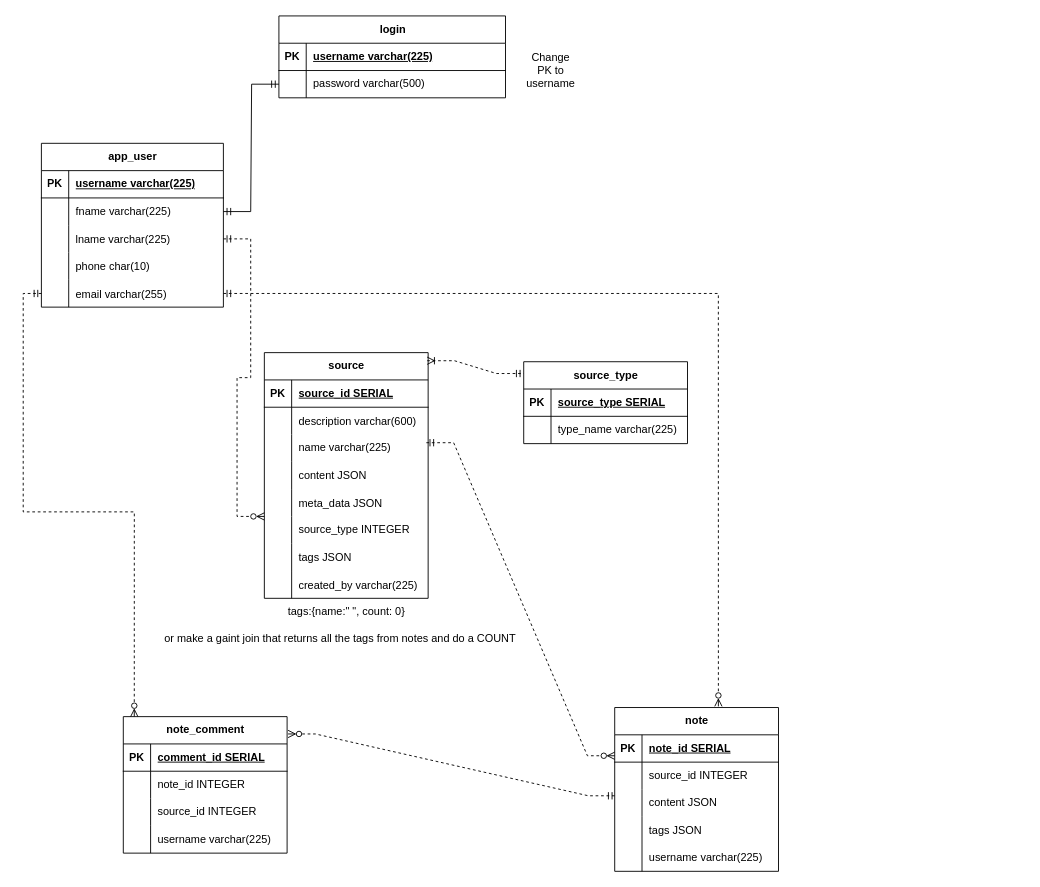
This is documentation/db_ER_diagram/CapstoneDB.drawio from Cwill124/Group3Spring2024Capstone, a draw.io file, before an edit. Source tidied: cells renumbered, new cells numbered last; positions are measured from the earlier drawing's top-left corner, leaving out a move shared by most shapes. Both pictures are drawn from the tidied source at 91%, with x=0, y=0 at pixel (41, 15).
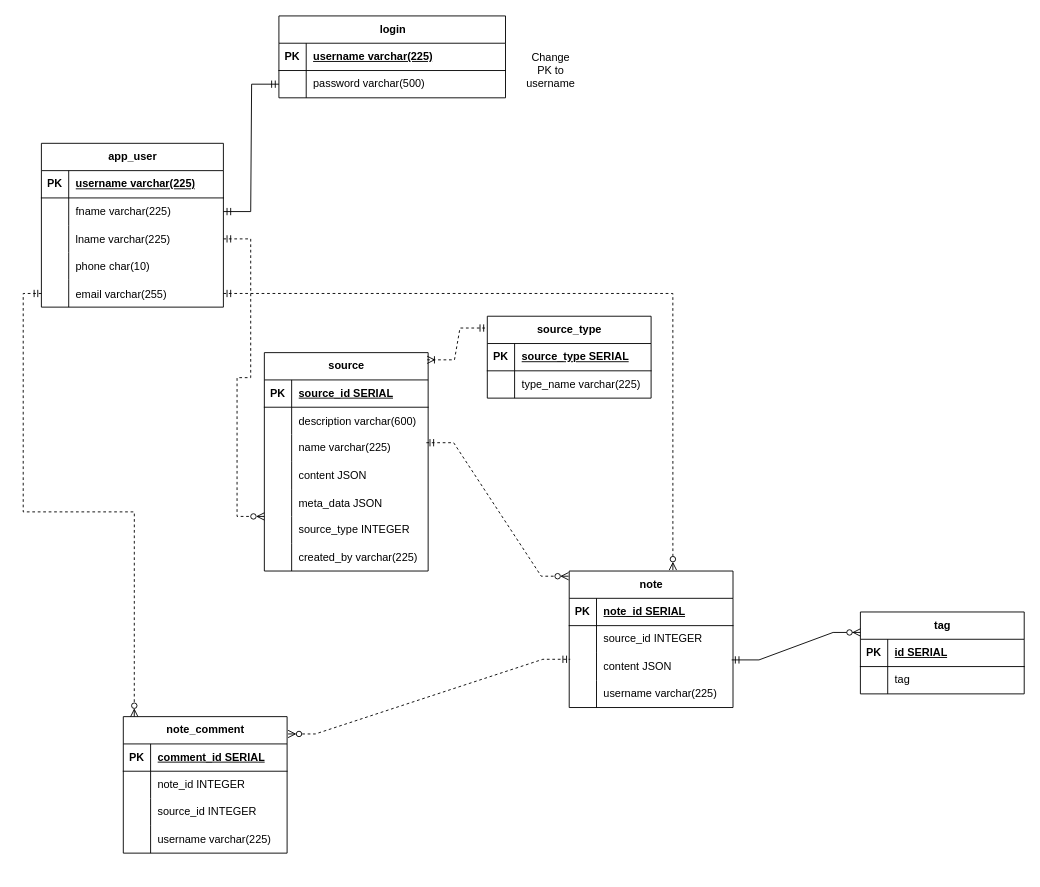
The same page after the edit.

Commit message (it also covers changes not shown here):
updated the ERD diagram

Unchanged cells that the change refers to:
```xml
<mxCell id="32" style="shape=tableRow;horizontal=0;startSize=0;swimlaneHead=0;swimlaneBody=0;fillColor=none;points=[[0,0.5],[1,0.5]];portConstraint=eastwest;top=0;left=0;right=0;bottom=0;" parent="25" vertex="1">
  <mxGeometry y="90" width="180" height="30" as="geometry" />
</mxCell>
<mxCell id="64" style="shape=tableRow;horizontal=0;startSize=0;swimlaneHead=0;swimlaneBody=0;fillColor=none;points=[[0,0.5],[1,0.5]];portConstraint=eastwest;top=0;left=0;right=0;bottom=0;" parent="57" vertex="1">
  <mxGeometry y="90" width="180" height="30" as="geometry" />
</mxCell>
```

Diff of the diagram source:
```diff
@@
     <mxCell id="25" value="source" style="shape=table;startSize=30;childLayout=tableLayout;rowLines=0;fontStyle=1;align=center;html=1;" parent="1" vertex="1">
-      <mxGeometry x="245" y="370" width="180" height="270" as="geometry" />
+      <mxGeometry x="245" y="370" width="180" height="240" as="geometry" />
     </mxCell>
@@
-    <mxCell id="44" style="shape=tableRow;horizontal=0;startSize=0;swimlaneHead=0;swimlaneBody=0;fillColor=none;top=0;left=0;right=0;bottom=0;" parent="25" vertex="1">
-      <mxGeometry y="210" width="180" height="30" as="geometry" />
-    </mxCell>
-    <mxCell id="45" style="shape=partialRectangle;fillColor=none;top=0;left=0;bottom=0;right=0;overflow=hidden;" parent="44" vertex="1">
-      <mxGeometry width="30" height="30" as="geometry" />
-    </mxCell>
-    <mxCell id="46" value="tags JSON" style="shape=partialRectangle;fillColor=none;top=0;left=0;bottom=0;right=0;align=left;spacingLeft=6;overflow=hidden;" parent="44" vertex="1">
-      <mxGeometry x="30" width="150" height="30" as="geometry" />
-    </mxCell>
     <mxCell id="47" style="shape=tableRow;horizontal=0;startSize=0;swimlaneHead=0;swimlaneBody=0;fillColor=none;top=0;left=0;right=0;bottom=0;" parent="25" vertex="1">
-      <mxGeometry y="240" width="180" height="30" as="geometry" />
+      <mxGeometry y="210" width="180" height="30" as="geometry" />
     </mxCell>
@@
     <mxCell id="50" value="source_type" style="shape=table;startSize=30;childLayout=tableLayout;rowLines=0;fontStyle=1;align=center;html=1;" parent="1" vertex="1">
-      <mxGeometry x="530" y="380" width="180" height="90" as="geometry" />
+      <mxGeometry x="490" y="330" width="180" height="90" as="geometry" />
     </mxCell>
@@
     <mxCell id="57" value="note" style="shape=table;startSize=30;childLayout=tableLayout;rowLines=0;fontStyle=1;align=center;html=1;" parent="1" vertex="1">
-      <mxGeometry x="630" y="760" width="180" height="180" as="geometry" />
+      <mxGeometry x="580" y="610" width="180" height="150" as="geometry" />
     </mxCell>
@@
-    <mxCell id="67" style="shape=tableRow;horizontal=0;startSize=0;swimlaneHead=0;swimlaneBody=0;fillColor=none;top=0;left=0;right=0;bottom=0;" parent="57" vertex="1">
-      <mxGeometry y="120" width="180" height="30" as="geometry" />
-    </mxCell>
-    <mxCell id="68" style="shape=partialRectangle;fillColor=none;top=0;left=0;bottom=0;right=0;overflow=hidden;" parent="67" vertex="1">
-      <mxGeometry width="30" height="30" as="geometry" />
-    </mxCell>
-    <mxCell id="69" value="tags JSON" style="shape=partialRectangle;fillColor=none;top=0;left=0;bottom=0;right=0;align=left;spacingLeft=6;overflow=hidden;" parent="67" vertex="1">
-      <mxGeometry x="30" width="150" height="30" as="geometry" />
-    </mxCell>
     <mxCell id="70" style="shape=tableRow;horizontal=0;startSize=0;swimlaneHead=0;swimlaneBody=0;fillColor=none;top=0;left=0;right=0;bottom=0;" parent="57" vertex="1">
-      <mxGeometry y="150" width="180" height="30" as="geometry" />
+      <mxGeometry y="120" width="180" height="30" as="geometry" />
     </mxCell>
@@
-    <mxCell id="87" style="edgeStyle=entityRelationEdgeStyle;fontSize=12;html=1;endArrow=ERzeroToMany;rounded=0;exitX=0.989;exitY=0.3;exitDx=0;exitDy=0;exitPerimeter=0;entryX=-0.028;entryY=0.047;entryDx=0;entryDy=0;entryPerimeter=0;dashed=1;endFill=0;startArrow=ERmandOne;startFill=0;" parent="1" edge="1" source="32">
+    <mxCell id="87" style="edgeStyle=entityRelationEdgeStyle;fontSize=12;html=1;endArrow=ERzeroToMany;rounded=0;exitX=0.989;exitY=0.3;exitDx=0;exitDy=0;exitPerimeter=0;dashed=1;endFill=0;startArrow=ERmandOne;startFill=0;entryX=-0.004;entryY=0.038;entryDx=0;entryDy=0;entryPerimeter=0;" parent="1" edge="1" source="32" target="57">
       <mxGeometry relative="1" as="geometry">
-        <mxPoint x="630" y="813" as="targetPoint" />
         <Array as="points">
           <mxPoint x="545" y="695.9" />
           <mxPoint x="775" y="555.9" />
         </Array>
       </mxGeometry>
     </mxCell>
@@
-    <mxCell id="94" value="tags:{name:&quot; &quot;, count: 0}" style="text;html=1;align=center;verticalAlign=middle;strokeColor=none;fillColor=none;" parent="1" vertex="1">
-      <mxGeometry x="260" y="640" width="150" height="30" as="geometry" />
-    </mxCell>
-    <mxCell id="95" value="or make a gaint join that returns all the tags from notes and do a COUNT&lt;span style=&quot;white-space: pre;&quot;&gt;&#9;&lt;/span&gt;" style="text;html=1;align=center;verticalAlign=middle;strokeColor=none;fillColor=none;" parent="1" vertex="1">
-      <mxGeometry x="125" y="670" width="420" height="30" as="geometry" />
-    </mxCell>
+    <mxCell id="96" value="tag" style="shape=table;startSize=30;childLayout=tableLayout;rowLines=0;fontStyle=1;align=center;html=1;" parent="1" vertex="1">
+      <mxGeometry x="900" y="655" width="180" height="90" as="geometry" />
+    </mxCell>
+    <mxCell id="97" style="shape=tableRow;horizontal=0;startSize=0;swimlaneHead=0;swimlaneBody=0;fillColor=none;top=0;left=0;right=0;bottom=1;" parent="96" vertex="1">
+      <mxGeometry y="30" width="180" height="30" as="geometry" />
+    </mxCell>
+    <mxCell id="98" value="PK" style="shape=partialRectangle;fillColor=none;top=0;left=0;bottom=0;right=0;fontStyle=1;overflow=hidden;whiteSpace=wrap;html=1;" parent="97" vertex="1">
+      <mxGeometry width="30" height="30" as="geometry" />
+    </mxCell>
+    <mxCell id="99" value="id SERIAL" style="shape=partialRectangle;fillColor=none;top=0;left=0;bottom=0;right=0;align=left;spacingLeft=6;fontStyle=5;overflow=hidden;whiteSpace=wrap;html=1;" parent="97" vertex="1">
+      <mxGeometry x="30" width="150" height="30" as="geometry" />
+    </mxCell>
+    <mxCell id="100" style="shape=tableRow;horizontal=0;startSize=0;swimlaneHead=0;swimlaneBody=0;fillColor=none;top=0;left=0;right=0;bottom=0;" parent="96" vertex="1">
+      <mxGeometry y="60" width="180" height="30" as="geometry" />
+    </mxCell>
+    <mxCell id="101" style="shape=partialRectangle;fillColor=none;top=0;left=0;bottom=0;right=0;overflow=hidden;whiteSpace=wrap;html=1;" parent="100" vertex="1">
+      <mxGeometry width="30" height="30" as="geometry" />
+    </mxCell>
+    <mxCell id="102" value="tag" style="shape=partialRectangle;fillColor=none;top=0;left=0;bottom=0;right=0;align=left;spacingLeft=6;overflow=hidden;whiteSpace=wrap;html=1;" parent="100" vertex="1">
+      <mxGeometry x="30" width="150" height="30" as="geometry" />
+    </mxCell>
+    <mxCell id="103" style="edgeStyle=entityRelationEdgeStyle;fontSize=12;html=1;endArrow=ERzeroToMany;startArrow=ERmandOne;rounded=0;exitX=0.992;exitY=0.256;exitDx=0;exitDy=0;exitPerimeter=0;entryX=0;entryY=0.25;entryDx=0;entryDy=0;" parent="1" edge="1" source="64" target="96">
+      <mxGeometry relative="1" as="geometry" />
+    </mxCell>
```
